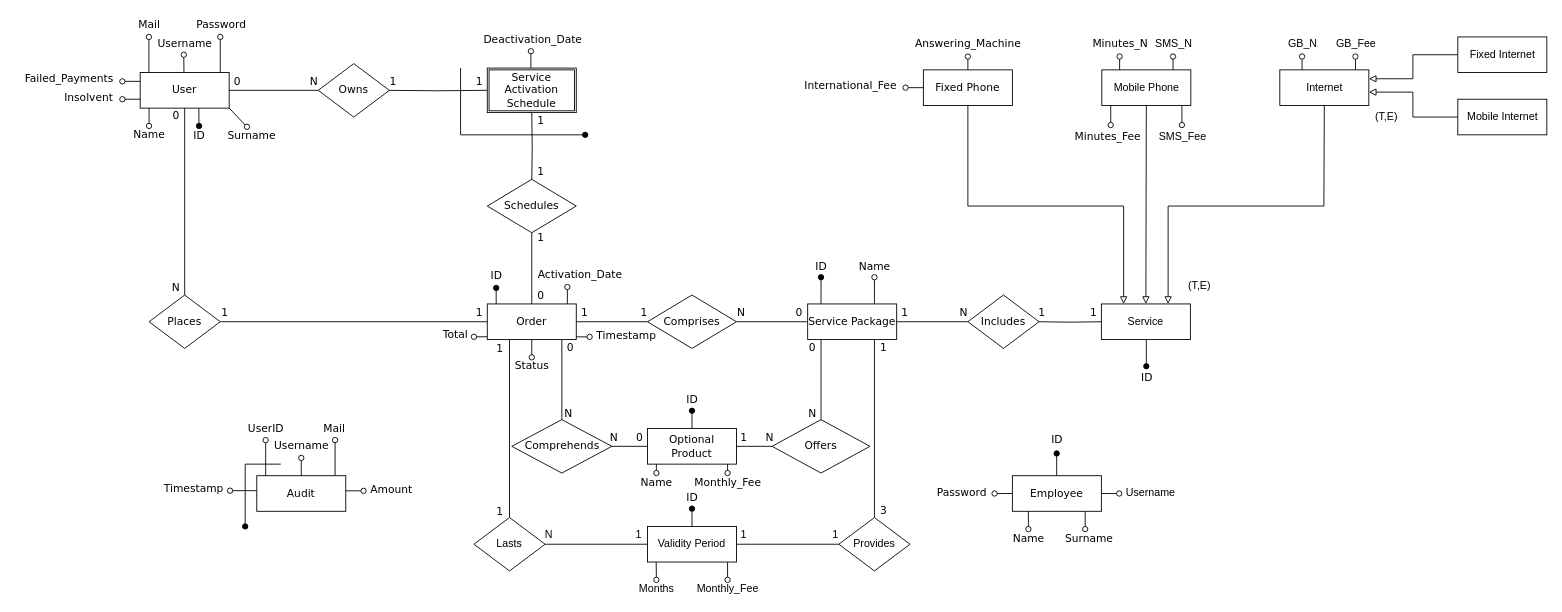
This is Diagrams/ER_diagram.drawio from daviderigamonti/DB2Project-Telco, a draw.io file, before an edit. Source tidied: cells renumbered, new cells numbered last; positions are measured from the earlier drawing's top-left corner, leaving out a move shared by most shapes. Both pictures are drawn from the tidied source at 89%, with x=0, y=0 at pixel (15, 15).
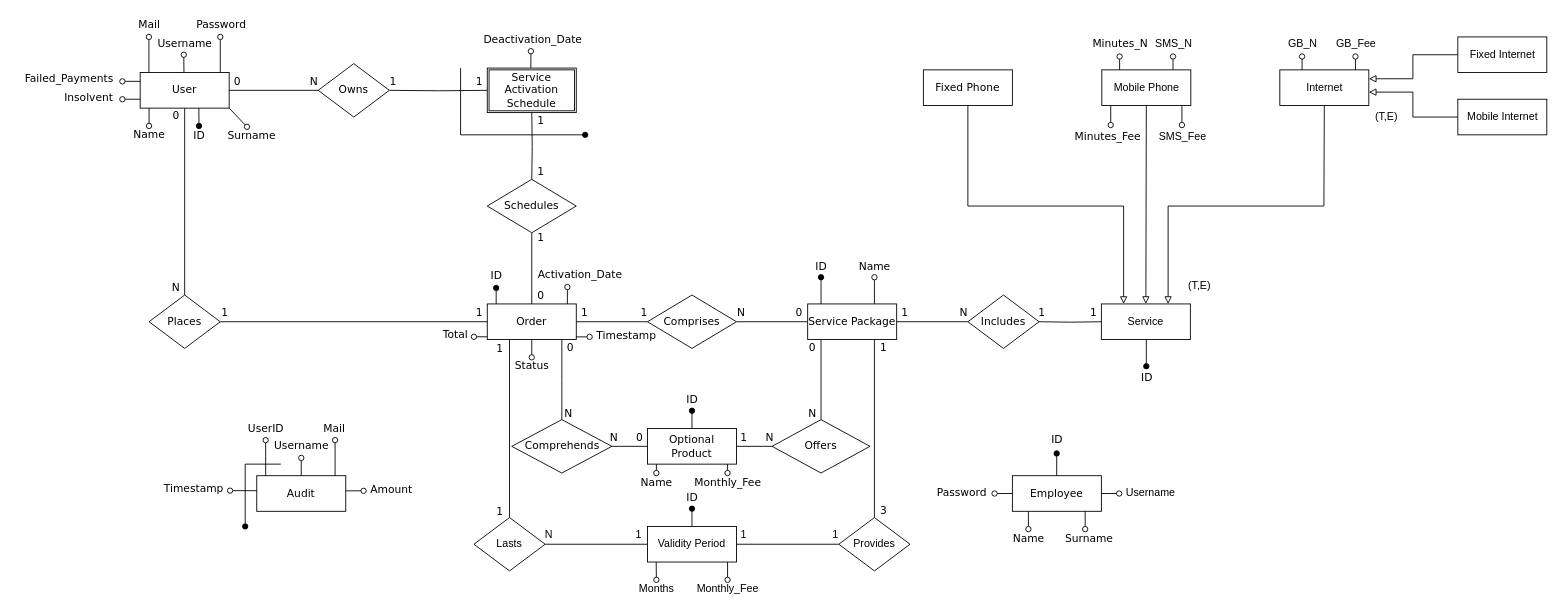
Above is the later version.

Commit message:
Removed extra attributes from ER

Change to the diagram source:
```diff
@@
-    <mxCell id="166" style="endArrow=oval;html=1;rounded=0;startArrow=none;startFill=0;endFill=0;fontFamily=Verdana;" parent="1" edge="1">
-      <mxGeometry relative="1" as="geometry">
-        <mxPoint x="1070" y="61" as="sourcePoint" />
-        <mxPoint x="1070" y="46" as="targetPoint" />
-      </mxGeometry>
-    </mxCell>
-    <mxCell id="167" value="Answering_Machine" style="text;html=1;align=center;verticalAlign=middle;strokeColor=none;fillColor=none;fontFamily=Verdana;" parent="1" vertex="1">
-      <mxGeometry x="1000" y="22" width="140" height="20" as="geometry" />
-    </mxCell>
-    <mxCell id="168" style="endArrow=oval;html=1;rounded=0;startArrow=none;startFill=0;endFill=0;fontFamily=Verdana;" parent="1" edge="1">
-      <mxGeometry relative="1" as="geometry">
-        <mxPoint x="1020" y="81" as="sourcePoint" />
-        <mxPoint x="1000" y="81" as="targetPoint" />
-      </mxGeometry>
-    </mxCell>
-    <mxCell id="169" value="International_Fee" style="text;html=1;align=center;verticalAlign=middle;strokeColor=none;fillColor=none;fontFamily=Verdana;" parent="1" vertex="1">
-      <mxGeometry x="873" y="69" width="130" height="20" as="geometry" />
-    </mxCell>
```
